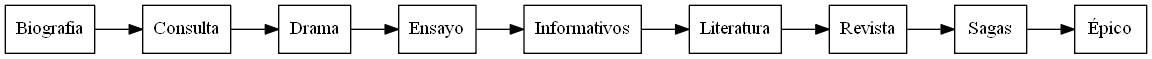
Before: AVLInorden.png, a diagram exported from Graphviz (TaTo30/EDD-Proyecto2_201800585). Its source is kept beside it as AVLInorden.dot. Source of this version:
```dot
digraph g{ rankdir = LR; node [shape = box];
Biografia -> Consulta;
Consulta -> Drama;
Drama -> Ensayo;
Ensayo -> Informativos;
Informativos -> Literatura;
Literatura -> Revista;
Revista -> Sagas;
Sagas -> Épico;
}
```
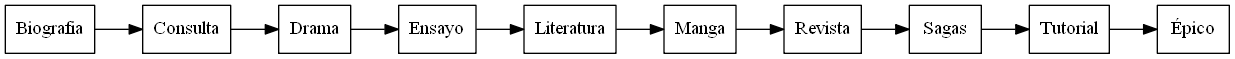
The same file after the commit.

What changed in the source:
```diff
@@ -2,9 +2,10 @@
 Biografia -> Consulta;
 Consulta -> Drama;
 Drama -> Ensayo;
-Ensayo -> Informativos;
-Informativos -> Literatura;
-Literatura -> Revista;
+Ensayo -> Literatura;
+Literatura -> Manga;
+Manga -> Revista;
 Revista -> Sagas;
-Sagas -> Épico;
+Sagas -> Tutorial;
+Tutorial -> Épico;
 }
```
